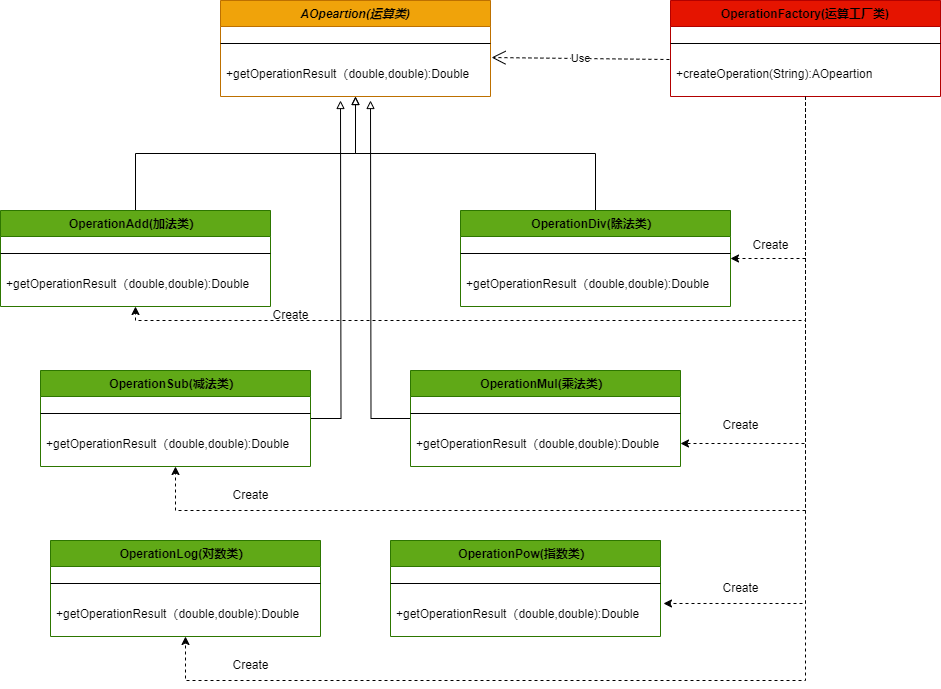
Earlier version of the draw.io export 简单工厂模式之升级计算器.drawio.png (uncle-Parker/picb). Source tidied: cells renumbered, new cells last; positions are measured from the earlier drawing's top-left corner, leaving out a move shared by most shapes.
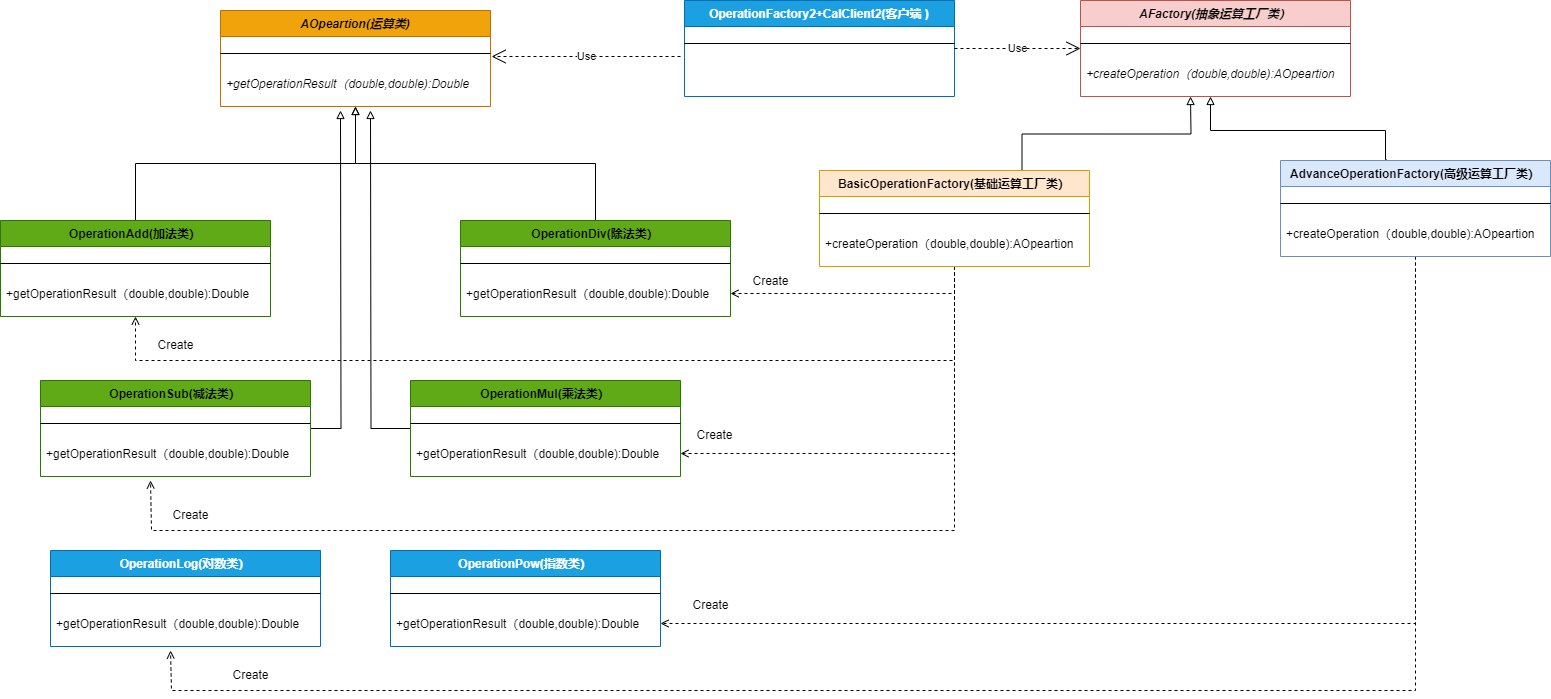
The same file after the commit.

Commit message:
更新工厂方法模式之升级计算器.drawio.png

Diff of the diagram source:
```diff
@@ -20,7 +20,7 @@
     <mxCell id="7" style="line;html=1;strokeWidth=1;align=left;verticalAlign=middle;spacingTop=-1;spacingLeft=3;spacingRight=3;labelPosition=right;points=[];portConstraint=eastwest;" parent="6" vertex="1">
       <mxGeometry y="26" width="270" height="34" as="geometry" />
     </mxCell>
-    <mxCell id="8" value="+getOperationResult（double,double):Double" style="text;align=left;verticalAlign=top;spacingLeft=4;spacingRight=4;overflow=hidden;points=[[0,0.5],[1,0.5]];portConstraint=eastwest;" parent="6" vertex="1">
+    <mxCell id="8" value="+getOperationResult（double,double):Double" style="text;align=left;verticalAlign=top;spacingLeft=4;spacingRight=4;overflow=hidden;points=[[0,0.5],[1,0.5]];portConstraint=eastwest;fontStyle=2;" parent="6" vertex="1">
       <mxGeometry y="60" width="270" height="26" as="geometry" />
     </mxCell>
     <mxCell id="9" style="edgeStyle=orthogonalEdgeStyle;rounded=0;jettySize=auto;html=1;entryX=0.5;entryY=1;entryDx=0;entryDy=0;endArrow=block;endFill=0;" parent="1" edge="1" source="10" target="6">
@@ -63,49 +63,18 @@
     <mxCell id="20" value="+getOperationResult（double,double):Double" style="text;align=left;verticalAlign=top;spacingLeft=4;spacingRight=4;overflow=hidden;points=[[0,0.5],[1,0.5]];portConstraint=eastwest;" parent="18" vertex="1">
       <mxGeometry y="60" width="270" height="26" as="geometry" />
     </mxCell>
-    <mxCell id="21" style="edgeStyle=orthogonalEdgeStyle;rounded=0;jettySize=auto;html=1;dashed=1;entryX=0.5;entryY=1;entryDx=0;entryDy=0;" parent="1" edge="1" source="26" target="10">
-      <mxGeometry relative="1" as="geometry">
-        <Array as="points">
-          <mxPoint x="805" y="320" />
-          <mxPoint x="135" y="320" />
-        </Array>
-      </mxGeometry>
-    </mxCell>
-    <mxCell id="22" style="edgeStyle=orthogonalEdgeStyle;rounded=0;jettySize=auto;html=1;entryX=1;entryY=0.5;entryDx=0;entryDy=0;dashed=1;" parent="1" edge="1" source="26" target="3">
-      <mxGeometry relative="1" as="geometry" />
-    </mxCell>
-    <mxCell id="23" style="edgeStyle=orthogonalEdgeStyle;rounded=0;jettySize=auto;html=1;dashed=1;entryX=0.5;entryY=1;entryDx=0;entryDy=0;" parent="1" edge="1" source="26" target="14">
-      <mxGeometry relative="1" as="geometry">
-        <Array as="points">
-          <mxPoint x="805" y="510" />
-          <mxPoint x="175" y="510" />
-        </Array>
-      </mxGeometry>
-    </mxCell>
-    <mxCell id="24" style="edgeStyle=orthogonalEdgeStyle;rounded=0;jettySize=auto;html=1;entryX=1;entryY=0.5;entryDx=0;entryDy=0;dashed=1;" parent="1" edge="1" source="26" target="20">
-      <mxGeometry relative="1" as="geometry" />
-    </mxCell>
-    <mxCell id="25" style="edgeStyle=orthogonalEdgeStyle;rounded=0;jettySize=auto;html=1;entryX=0.5;entryY=1;entryDx=0;entryDy=0;dashed=1;" parent="1" edge="1" source="26" target="30">
-      <mxGeometry relative="1" as="geometry">
-        <Array as="points">
-          <mxPoint x="805" y="680" />
-          <mxPoint x="185" y="680" />
-        </Array>
-      </mxGeometry>
-    </mxCell>
-    <mxCell id="26" value="OperationFactory(运算工厂类)" style="swimlane;fontStyle=1;align=center;verticalAlign=top;horizontal=1;startSize=26;rounded=0;shadow=0;strokeWidth=1;fillColor=#e51400;strokeColor=#B20000;fontColor=#000000;" parent="1" vertex="1">
-      <mxGeometry x="670" width="270" height="96" as="geometry" />
+    <mxCell id="26" value="OperationFactory2+CalClient2(客户端 )" style="swimlane;fontStyle=1;align=center;verticalAlign=top;horizontal=1;startSize=26;rounded=0;shadow=0;strokeWidth=1;fillColor=#1ba1e2;strokeColor=#006EAF;fontColor=#ffffff;" parent="1" vertex="1">
+      <mxGeometry x="684" y="-10" width="270" height="96" as="geometry" />
     </mxCell>
     <mxCell id="27" style="line;html=1;strokeWidth=1;align=left;verticalAlign=middle;spacingTop=-1;spacingLeft=3;spacingRight=3;labelPosition=right;" parent="26" vertex="1">
       <mxGeometry y="26" width="270" height="34" as="geometry" />
     </mxCell>
-    <mxCell id="28" value="+createOperation(String):AOpeartion" style="text;align=left;verticalAlign=top;spacingLeft=4;spacingRight=4;overflow=hidden;points=[[0,0.5],[1,0.5]];portConstraint=eastwest;" parent="26" vertex="1">
-      <mxGeometry y="60" width="270" height="26" as="geometry" />
-    </mxCell>
-    <mxCell id="29" value="Use" style="endArrow=open;endSize=12;dashed=1;html=1;rounded=0;entryX=1.004;entryY=-0.115;entryDx=0;entryDy=0;entryPerimeter=0;exitX=-0.004;exitY=-0.038;exitDx=0;exitDy=0;exitPerimeter=0;" parent="1" edge="1" source="28" target="8">
-      <mxGeometry relative="1" as="geometry" />
+    <mxCell id="29" value="Use" style="endArrow=open;endSize=12;dashed=1;html=1;rounded=0;entryX=1.004;entryY=0.588;entryDx=0;entryDy=0;entryPerimeter=0;" parent="1" edge="1" target="7">
+      <mxGeometry relative="1" as="geometry">
+        <mxPoint x="680" y="46" as="sourcePoint" />
+      </mxGeometry>
     </mxCell>
-    <mxCell id="30" value="OperationLog(对数类）" style="swimlane;fontStyle=1;align=center;verticalAlign=top;horizontal=1;startSize=26;rounded=0;shadow=0;strokeWidth=1;fillColor=#60a917;fontColor=#000000;strokeColor=#2D7600;" parent="1" vertex="1">
+    <mxCell id="30" value="OperationLog(对数类）" style="swimlane;fontStyle=1;align=center;verticalAlign=top;horizontal=1;startSize=26;rounded=0;shadow=0;strokeWidth=1;fillColor=#1ba1e2;strokeColor=#006EAF;fontColor=#ffffff;" parent="1" vertex="1">
       <mxGeometry x="50" y="540" width="270" height="96" as="geometry" />
     </mxCell>
     <mxCell id="31" style="line;html=1;strokeWidth=1;align=left;verticalAlign=middle;spacingTop=-1;spacingLeft=3;spacingRight=3;labelPosition=right;" parent="30" vertex="1">
@@ -114,7 +83,7 @@
     <mxCell id="32" value="+getOperationResult（double,double):Double" style="text;align=left;verticalAlign=top;spacingLeft=4;spacingRight=4;overflow=hidden;" parent="30" vertex="1">
       <mxGeometry y="60" width="270" height="26" as="geometry" />
     </mxCell>
-    <mxCell id="33" value="OperationPow(指数类）" style="swimlane;fontStyle=1;align=center;verticalAlign=top;horizontal=1;startSize=26;rounded=0;shadow=0;strokeWidth=1;fillColor=#60a917;fontColor=#000000;strokeColor=#2D7600;" parent="1" vertex="1">
+    <mxCell id="33" value="OperationPow(指数类）" style="swimlane;fontStyle=1;align=center;verticalAlign=top;horizontal=1;startSize=26;rounded=0;shadow=0;strokeWidth=1;fillColor=#1ba1e2;strokeColor=#006EAF;fontColor=#ffffff;" parent="1" vertex="1">
       <mxGeometry x="390" y="540" width="270" height="96" as="geometry" />
     </mxCell>
     <mxCell id="34" style="line;html=1;strokeWidth=1;align=left;verticalAlign=middle;spacingTop=-1;spacingLeft=3;spacingRight=3;labelPosition=right;" parent="33" vertex="1">
@@ -124,25 +93,102 @@
       <mxGeometry y="60" width="270" height="26" as="geometry" />
     </mxCell>
     <mxCell id="36" value="Create" style="text;html=1;align=center;verticalAlign=middle;strokeColor=none;fillColor=none;" parent="1" vertex="1">
-      <mxGeometry x="260" y="300" width="60" height="30" as="geometry" />
+      <mxGeometry x="145" y="320" width="60" height="30" as="geometry" />
     </mxCell>
-    <mxCell id="37" value="Create" style="text;html=1;align=center;verticalAlign=middle;strokeColor=none;fillColor=none;" parent="1" vertex="1">
-      <mxGeometry x="740" y="230" width="60" height="30" as="geometry" />
-    </mxCell>
     <mxCell id="38" value="Create" style="text;html=1;align=center;verticalAlign=middle;strokeColor=none;fillColor=none;" parent="1" vertex="1">
-      <mxGeometry x="220" y="480" width="60" height="30" as="geometry" />
+      <mxGeometry x="160" y="490" width="60" height="30" as="geometry" />
     </mxCell>
     <mxCell id="39" value="Create" style="text;html=1;align=center;verticalAlign=middle;strokeColor=none;fillColor=none;" parent="1" vertex="1">
-      <mxGeometry x="710" y="410" width="60" height="30" as="geometry" />
+      <mxGeometry x="684" y="410" width="60" height="30" as="geometry" />
     </mxCell>
-    <mxCell id="40" style="edgeStyle=orthogonalEdgeStyle;rounded=0;jettySize=auto;html=1;entryX=1.011;entryY=0.115;entryDx=0;entryDy=0;entryPerimeter=0;dashed=1;" parent="1" edge="1" source="26" target="35">
-      <mxGeometry relative="1" as="geometry" />
-    </mxCell>
     <mxCell id="41" value="Create" style="text;html=1;align=center;verticalAlign=middle;strokeColor=none;fillColor=none;" parent="1" vertex="1">
-      <mxGeometry x="710" y="573" width="60" height="30" as="geometry" />
+      <mxGeometry x="680" y="580" width="60" height="30" as="geometry" />
     </mxCell>
     <mxCell id="42" value="Create" style="text;html=1;align=center;verticalAlign=middle;strokeColor=none;fillColor=none;" parent="1" vertex="1">
       <mxGeometry x="220" y="650" width="60" height="30" as="geometry" />
     </mxCell>
+    <mxCell id="43" value="AFactory(抽象运算工厂类）" style="swimlane;fontStyle=3;align=center;verticalAlign=top;horizontal=1;startSize=26;rounded=0;shadow=0;strokeWidth=1;fillColor=#f8cecc;strokeColor=#b85450;" parent="1" vertex="1">
+      <mxGeometry x="1080" y="-10" width="270" height="96" as="geometry" />
+    </mxCell>
+    <mxCell id="44" style="line;html=1;strokeWidth=1;align=left;verticalAlign=middle;spacingTop=-1;spacingLeft=3;spacingRight=3;labelPosition=right;" parent="43" vertex="1">
+      <mxGeometry y="26" width="270" height="34" as="geometry" />
+    </mxCell>
+    <mxCell id="45" value="+createOperation（double,double):AOpeartion" style="text;align=left;verticalAlign=top;spacingLeft=4;spacingRight=4;overflow=hidden;fontStyle=2;" parent="43" vertex="1">
+      <mxGeometry y="60" width="270" height="26" as="geometry" />
+    </mxCell>
+    <mxCell id="46" style="edgeStyle=orthogonalEdgeStyle;rounded=0;jettySize=auto;html=1;endArrow=block;endFill=0;exitX=0.75;exitY=0;exitDx=0;exitDy=0;" parent="1" edge="1" source="51">
+      <mxGeometry relative="1" as="geometry">
+        <mxPoint x="1190" y="86" as="targetPoint" />
+      </mxGeometry>
+    </mxCell>
+    <mxCell id="47" style="edgeStyle=orthogonalEdgeStyle;rounded=0;jettySize=auto;html=1;entryX=0.5;entryY=1;entryDx=0;entryDy=0;dashed=1;endArrow=open;endFill=0;" parent="1" edge="1" source="51" target="10">
+      <mxGeometry relative="1" as="geometry">
+        <Array as="points">
+          <mxPoint x="954" y="350" />
+          <mxPoint x="135" y="350" />
+        </Array>
+      </mxGeometry>
+    </mxCell>
+    <mxCell id="48" style="edgeStyle=orthogonalEdgeStyle;rounded=0;jettySize=auto;html=1;entryX=1;entryY=0.5;entryDx=0;entryDy=0;endArrow=open;endFill=0;dashed=1;" parent="1" edge="1" source="51" target="5">
+      <mxGeometry relative="1" as="geometry" />
+    </mxCell>
+    <mxCell id="49" style="edgeStyle=orthogonalEdgeStyle;rounded=0;jettySize=auto;html=1;dashed=1;strokeColor=default;align=center;verticalAlign=middle;fontFamily=Helvetica;fontSize=11;fontColor=default;labelBackgroundColor=default;endArrow=open;endFill=0;exitX=0.5;exitY=1;exitDx=0;exitDy=0;" parent="1" edge="1" source="51">
+      <mxGeometry relative="1" as="geometry">
+        <mxPoint x="150" y="470" as="targetPoint" />
+        <Array as="points">
+          <mxPoint x="954" y="520" />
+          <mxPoint x="151" y="520" />
+        </Array>
+      </mxGeometry>
+    </mxCell>
+    <mxCell id="50" style="edgeStyle=orthogonalEdgeStyle;rounded=0;jettySize=auto;html=1;entryX=1;entryY=0.5;entryDx=0;entryDy=0;dashed=1;strokeColor=default;align=center;verticalAlign=middle;fontFamily=Helvetica;fontSize=11;fontColor=default;labelBackgroundColor=default;endArrow=open;endFill=0;" parent="1" edge="1" source="51" target="20">
+      <mxGeometry relative="1" as="geometry" />
+    </mxCell>
+    <mxCell id="51" value="BasicOperationFactory(基础运算工厂类）" style="swimlane;fontStyle=1;align=center;verticalAlign=top;horizontal=1;startSize=26;rounded=0;shadow=0;strokeWidth=1;fillColor=#ffe6cc;strokeColor=#d79b00;" parent="1" vertex="1">
+      <mxGeometry x="819" y="160" width="270" height="96" as="geometry" />
+    </mxCell>
+    <mxCell id="52" style="line;html=1;strokeWidth=1;align=left;verticalAlign=middle;spacingTop=-1;spacingLeft=3;spacingRight=3;labelPosition=right;" parent="51" vertex="1">
+      <mxGeometry y="26" width="270" height="34" as="geometry" />
+    </mxCell>
+    <mxCell id="53" value="+createOperation（double,double):AOpeartion" style="text;align=left;verticalAlign=top;spacingLeft=4;spacingRight=4;overflow=hidden;" parent="51" vertex="1">
+      <mxGeometry y="60" width="270" height="26" as="geometry" />
+    </mxCell>
+    <mxCell id="54" style="edgeStyle=orthogonalEdgeStyle;rounded=0;jettySize=auto;html=1;endArrow=block;endFill=0;exitX=0.393;exitY=-0.01;exitDx=0;exitDy=0;exitPerimeter=0;" parent="1" edge="1" source="57">
+      <mxGeometry relative="1" as="geometry">
+        <mxPoint x="1210" y="86" as="targetPoint" />
+        <Array as="points">
+          <mxPoint x="1385" y="149" />
+          <mxPoint x="1385" y="120" />
+          <mxPoint x="1210" y="120" />
+        </Array>
+      </mxGeometry>
+    </mxCell>
+    <mxCell id="55" style="edgeStyle=orthogonalEdgeStyle;rounded=0;jettySize=auto;html=1;dashed=1;strokeColor=default;align=center;verticalAlign=middle;fontFamily=Helvetica;fontSize=11;fontColor=default;labelBackgroundColor=default;endArrow=open;endFill=0;" parent="1" edge="1" source="57">
+      <mxGeometry relative="1" as="geometry">
+        <mxPoint x="170" y="640" as="targetPoint" />
+        <Array as="points">
+          <mxPoint x="1415" y="680" />
+          <mxPoint x="171" y="680" />
+        </Array>
+      </mxGeometry>
+    </mxCell>
+    <mxCell id="56" style="edgeStyle=orthogonalEdgeStyle;rounded=0;jettySize=auto;html=1;entryX=1;entryY=0.5;entryDx=0;entryDy=0;dashed=1;strokeColor=default;align=center;verticalAlign=middle;fontFamily=Helvetica;fontSize=11;fontColor=default;labelBackgroundColor=default;endArrow=open;endFill=0;" parent="1" edge="1" source="57" target="35">
+      <mxGeometry relative="1" as="geometry" />
+    </mxCell>
+    <mxCell id="57" value="AdvanceOperationFactory(高级运算工厂类）" style="swimlane;fontStyle=1;align=center;verticalAlign=top;horizontal=1;startSize=26;rounded=0;shadow=0;strokeWidth=1;fillColor=#dae8fc;strokeColor=#6c8ebf;" parent="1" vertex="1">
+      <mxGeometry x="1280" y="150" width="270" height="96" as="geometry" />
+    </mxCell>
+    <mxCell id="58" style="line;html=1;strokeWidth=1;align=left;verticalAlign=middle;spacingTop=-1;spacingLeft=3;spacingRight=3;labelPosition=right;" parent="57" vertex="1">
+      <mxGeometry y="26" width="270" height="34" as="geometry" />
+    </mxCell>
+    <mxCell id="59" value="+createOperation（double,double):AOpeartion" style="text;align=left;verticalAlign=top;spacingLeft=4;spacingRight=4;overflow=hidden;" parent="57" vertex="1">
+      <mxGeometry y="60" width="270" height="26" as="geometry" />
+    </mxCell>
+    <mxCell id="60" value="Use" style="endArrow=open;endSize=12;dashed=1;html=1;rounded=0;entryX=0;entryY=0.5;entryDx=0;entryDy=0;exitX=1;exitY=0.5;exitDx=0;exitDy=0;" parent="1" edge="1" source="26" target="43">
+      <mxGeometry relative="1" as="geometry" />
+    </mxCell>
+    <mxCell id="37" value="Create" style="text;html=1;align=center;verticalAlign=middle;strokeColor=none;fillColor=none;" parent="1" vertex="1">
+      <mxGeometry x="740" y="256" width="60" height="30" as="geometry" />
+    </mxCell>
   </root>
 </mxGraphModel>
```
